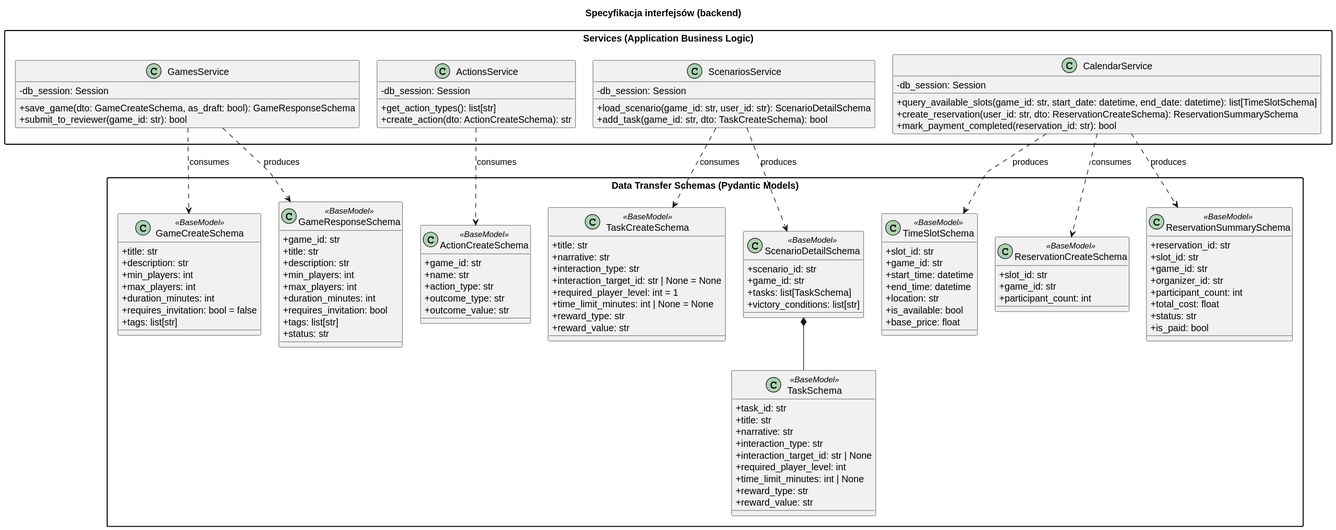
Before: diagrams/backend/rendered/interfaces.svg, a diagram exported from PlantUML (Igor-Ochocki/POP-2026Z).
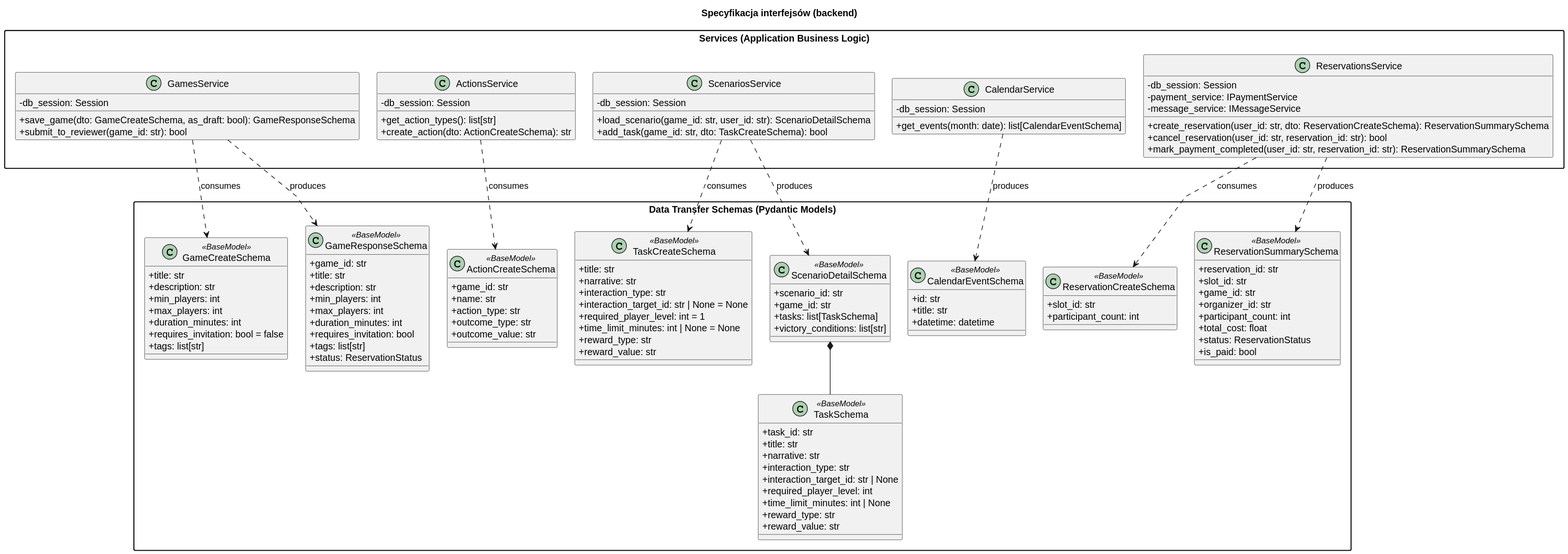
After the commit.

What changed in the source:
```diff
@@ -29,7 +29,7 @@
         + duration_minutes: int
         + requires_invitation: bool
         + tags: list[str]
-        + status: str
+        + status: ReservationStatus
     }
 
     class ActionCreateSchema <<BaseModel>> {
@@ -70,19 +70,14 @@
         + victory_conditions: list[str]
     }
 
-    class TimeSlotSchema <<BaseModel>> {
-        + slot_id: str
-        + game_id: str
-        + start_time: datetime
-        + end_time: datetime
-        + location: str
-        + is_available: bool
-        + base_price: float
+    class CalendarEventSchema <<BaseModel>> {
+        + id: str
+        + title: str
+        + datetime: datetime
     }
 
     class ReservationCreateSchema <<BaseModel>> {
         + slot_id: str
-        + game_id: str
         + participant_count: int
     }
 
@@ -93,7 +88,7 @@
         + organizer_id: str
         + participant_count: int
         + total_cost: float
-        + status: str
+        + status: ReservationStatus
         + is_paid: bool
     }
 }
@@ -119,9 +114,16 @@
 
     class CalendarService {
         - db_session: Session
-        + query_available_slots(game_id: str, start_date: datetime, end_date: datetime): list[TimeSlotSchema]
+        + get_events(month: date): list[CalendarEventSchema]
+    }
+
+    class ReservationsService {
+        - db_session: Session
+        - payment_service: IPaymentService
+        - message_service: IMessageService
         + create_reservation(user_id: str, dto: ReservationCreateSchema): ReservationSummarySchema
-        + mark_payment_completed(reservation_id: str): bool
+        + cancel_reservation(user_id: str, reservation_id: str): bool
+        + mark_payment_completed(user_id: str, reservation_id: str): ReservationSummarySchema
     }
 }
 
@@ -131,7 +133,7 @@
 ScenariosService ..> ScenarioDetailSchema : produces
 ScenarioDetailSchema *-- TaskSchema
 ScenariosService ..> TaskCreateSchema : consumes
-CalendarService ..> TimeSlotSchema : produces
-CalendarService ..> ReservationCreateSchema : consumes
-CalendarService ..> ReservationSummarySchema : produces
+CalendarService ..> CalendarEventSchema : produces
+ReservationsService ..> ReservationCreateSchema : consumes
+ReservationsService ..> ReservationSummarySchema : produces
 @enduml
```
